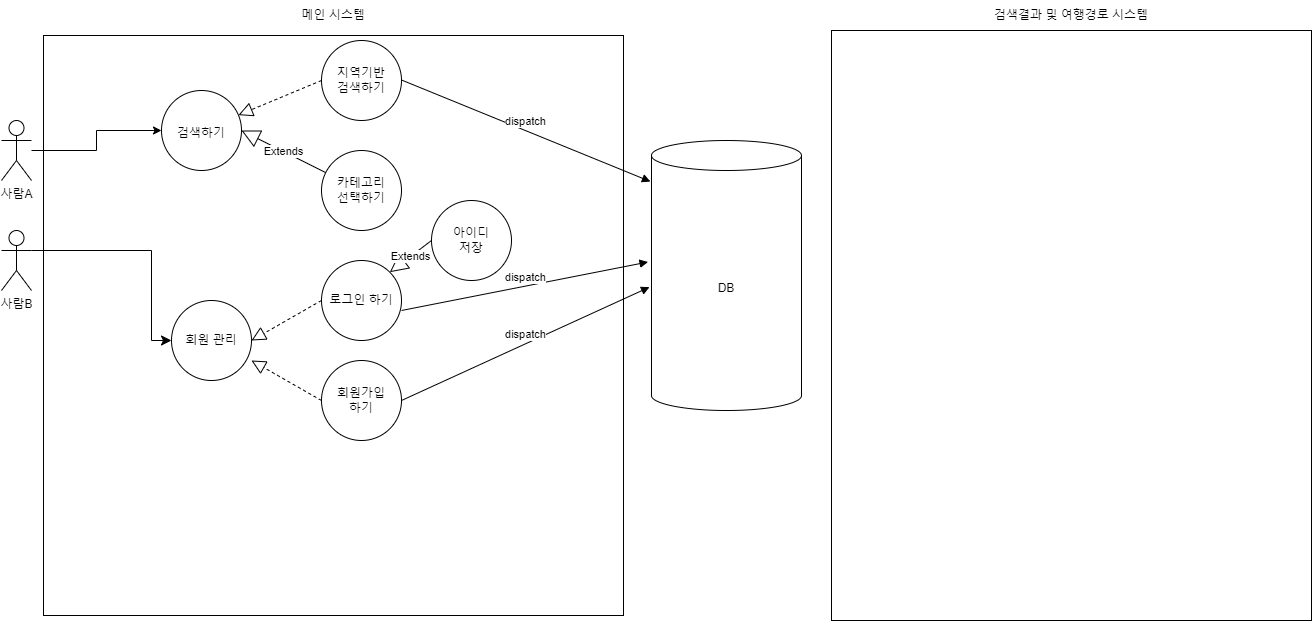
The draw.io diagram usecase.drawio.png in kimhaechang1/enjoytrip, before a commit. Source tidied: cells renumbered, new cells last; positions are measured from the earlier drawing's top-left corner, leaving out a move shared by most shapes.
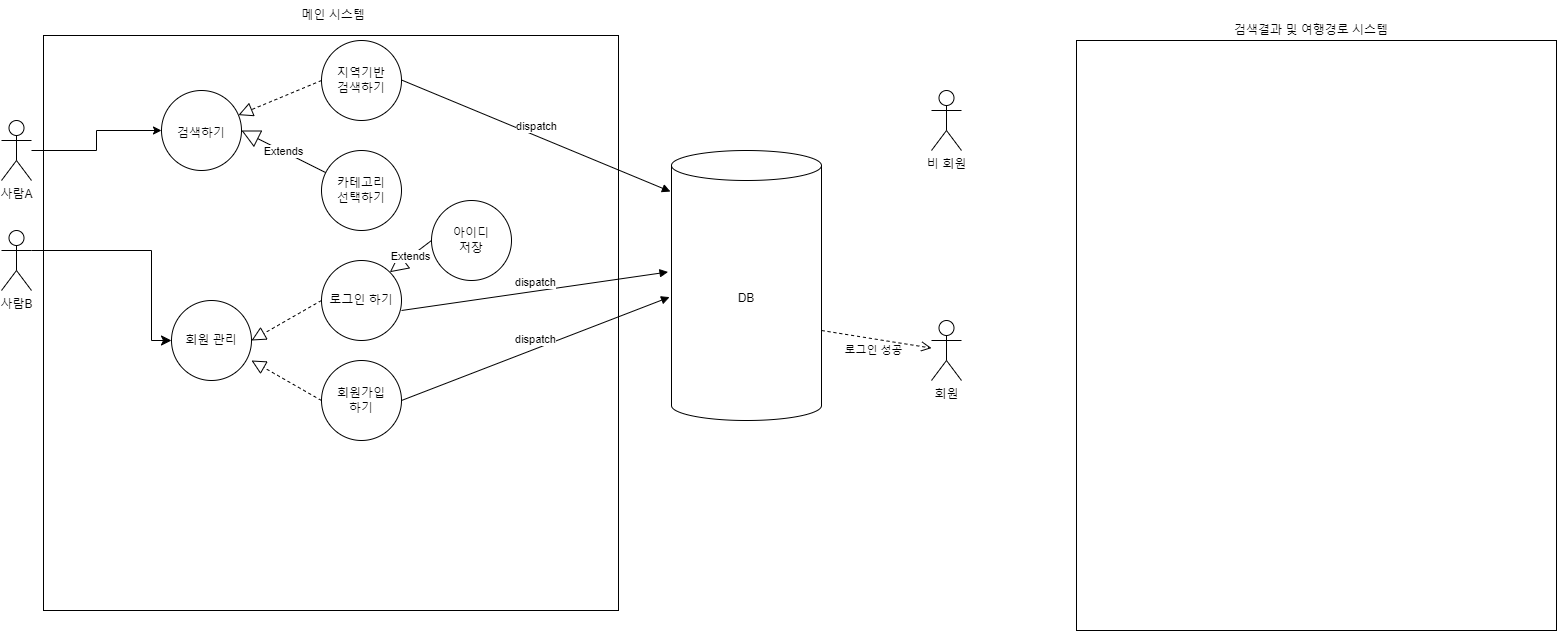
The same file after the commit.

Change to the diagram source:
```diff
@@ -3,7 +3,7 @@
     <mxCell id="0" />
     <mxCell id="1" parent="0" />
     <mxCell id="2" style="whiteSpace=wrap;html=1;" parent="1" vertex="1">
-      <mxGeometry x="42" y="35" width="580" height="580" as="geometry" />
+      <mxGeometry x="42" y="35" width="575" height="575" as="geometry" />
     </mxCell>
     <mxCell id="3" style="edgeStyle=orthogonalEdgeStyle;rounded=0;jettySize=auto;html=1;" parent="1" edge="1" source="4" target="5">
       <mxGeometry relative="1" as="geometry" />
@@ -18,7 +18,7 @@
       <mxGeometry x="44" width="576" height="30" as="geometry" />
     </mxCell>
     <mxCell id="7" value="DB" style="shape=cylinder3;whiteSpace=wrap;html=1;boundedLbl=1;backgroundOutline=1;size=15;" parent="1" vertex="1">
-      <mxGeometry x="650" y="140" width="150" height="270" as="geometry" />
+      <mxGeometry x="670" y="150" width="150" height="270" as="geometry" />
     </mxCell>
     <mxCell id="8" value="지역기반&lt;br&gt;검색하기" style="ellipse;whiteSpace=wrap;html=1;" parent="1" vertex="1">
       <mxGeometry x="320" y="40" width="80" height="80" as="geometry" />
@@ -38,10 +38,10 @@
       </mxGeometry>
     </mxCell>
     <mxCell id="13" style="verticalLabelPosition=bottom;verticalAlign=top;html=1;shape=mxgraph.basic.rect;fillColor2=none;strokeWidth=1;size=20;indent=5;" parent="1" vertex="1">
-      <mxGeometry x="830" y="30" width="480" height="590" as="geometry" />
+      <mxGeometry x="1075" y="40" width="480" height="590" as="geometry" />
     </mxCell>
     <mxCell id="14" value="검색결과 및 여행경로 시스템" style="text;html=1;strokeColor=none;fillColor=none;align=center;verticalAlign=middle;whiteSpace=wrap;rounded=0;" parent="1" vertex="1">
-      <mxGeometry x="830" width="480" height="30" as="geometry" />
+      <mxGeometry x="1070" y="15" width="480" height="30" as="geometry" />
     </mxCell>
     <mxCell id="15" value="회원 관리" style="ellipse;whiteSpace=wrap;html=1;" parent="1" vertex="1">
       <mxGeometry x="170" y="300" width="80" height="80" as="geometry" />
@@ -84,5 +84,16 @@
     <mxCell id="25" value="dispatch" style="html=1;verticalAlign=bottom;endArrow=block;curved=0;rounded=0;exitX=1;exitY=0.5;exitDx=0;exitDy=0;entryX=-0.013;entryY=0.543;entryDx=0;entryDy=0;entryPerimeter=0;" parent="1" edge="1" source="19" target="7">
       <mxGeometry relative="1" as="geometry" />
     </mxCell>
+    <mxCell id="26" value="비 회원" style="shape=umlActor;verticalLabelPosition=bottom;verticalAlign=top;html=1;" parent="1" vertex="1">
+      <mxGeometry x="930" y="90" width="30" height="60" as="geometry" />
+    </mxCell>
+    <mxCell id="27" value="회원" style="shape=umlActor;verticalLabelPosition=bottom;verticalAlign=top;html=1;" parent="1" vertex="1">
+      <mxGeometry x="930" y="320" width="30" height="60" as="geometry" />
+    </mxCell>
+    <mxCell id="28" value="로그인 성공" style="html=1;verticalAlign=bottom;endArrow=open;dashed=1;endSize=8;curved=0;rounded=0;" parent="1" edge="1" target="27">
+      <mxGeometry y="-20" relative="1" as="geometry">
+        <mxPoint x="820" y="330" as="sourcePoint" />
+      </mxGeometry>
+    </mxCell>
   </root>
 </mxGraphModel>
```
